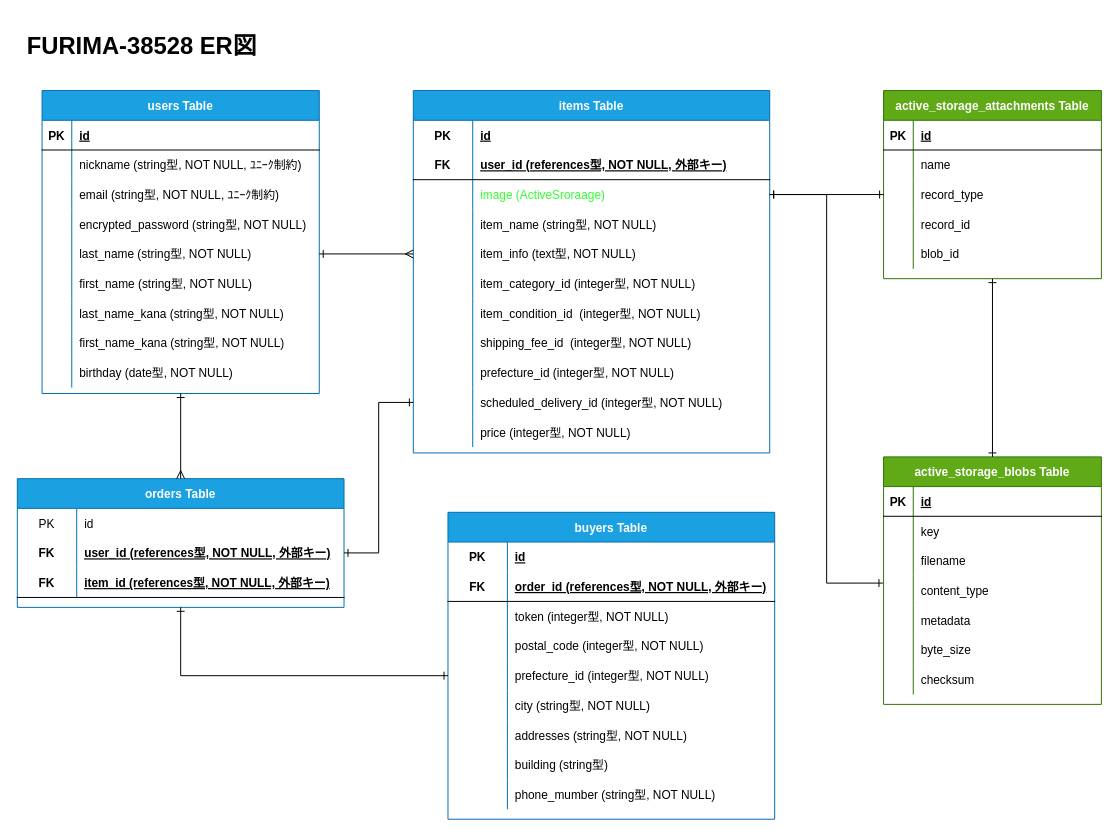
The draw.io diagram furima-38528-ER.dio in kumapachi/furima-38528, before the edit. Source tidied: cells renumbered, new cells numbered last; positions are measured from the earlier drawing's top-left corner, leaving out a move shared by most shapes. Both pictures are drawn from the tidied source at 99%, with x=0, y=0 at pixel (17, 27).
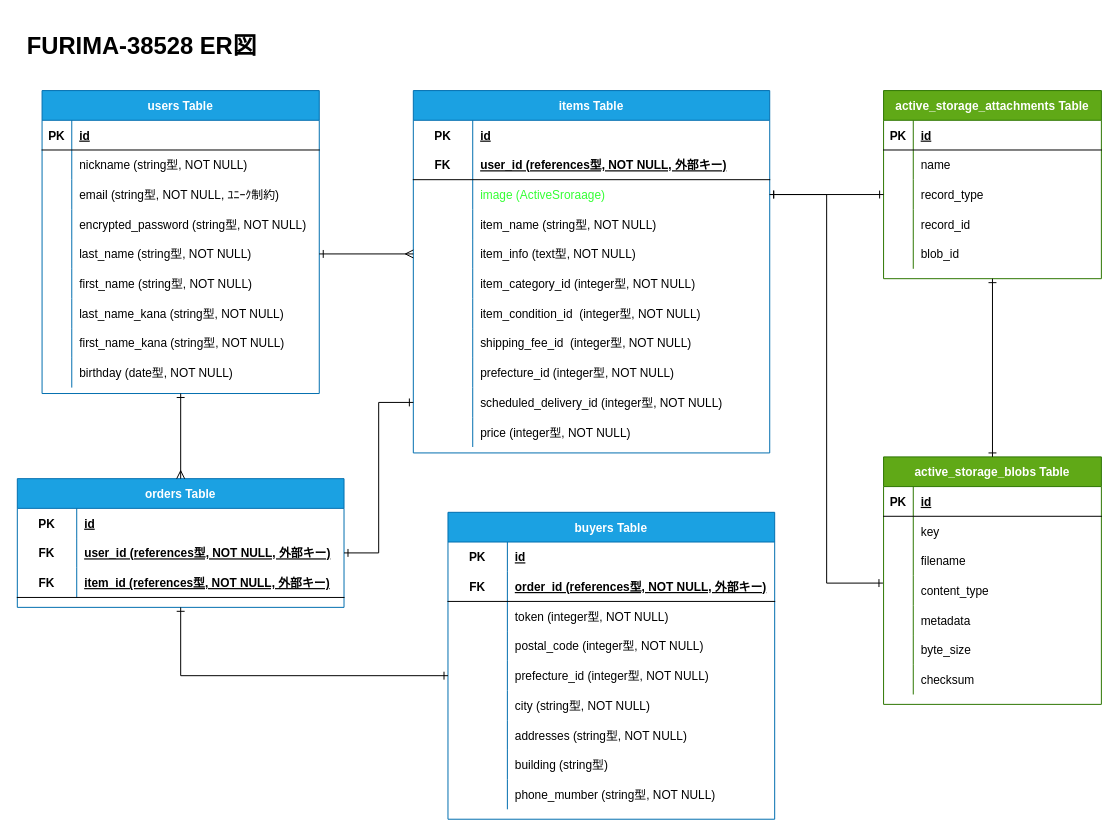
The same diagram, later.

Commit message (it also covers changes not shown here):
プルリクエスト #13のレビュー内容修正

The change refers to these unchanged cells:
```xml
<mxCell id="6" style="shape=partialRectangle;fillColor=none;top=0;left=0;bottom=0;right=0;" parent="2" vertex="1">
  <mxGeometry y="60" width="280" height="30" as="geometry" />
</mxCell>
<mxCell id="65" style="shape=partialRectangle;fillColor=none;top=0;left=0;bottom=0;right=0;" parent="64" vertex="1">
  <mxGeometry y="30" width="330" height="30" as="geometry" />
</mxCell>
```

Diff of the diagram source:
```diff
@@
-<mxGraphModel>
+<mxGraphModel background="#ffffff">
@@
-    <mxCell id="8" value="nickname (string型, NOT NULL, ﾕﾆｰｸ制約)" style="shape=partialRectangle;fillColor=none;top=0;left=0;bottom=0;right=0;align=left;spacingLeft=6;overflow=hidden;" parent="6" vertex="1">
+    <mxCell id="8" value="nickname (string型, NOT NULL)" style="shape=partialRectangle;fillColor=none;top=0;left=0;bottom=0;right=0;align=left;spacingLeft=6;overflow=hidden;" parent="6" vertex="1">
       <mxGeometry x="30" width="250" height="30" as="geometry" />
     </mxCell>
@@
-    <mxCell id="66" value="PK" style="shape=partialRectangle;fillColor=none;top=0;left=0;bottom=0;right=0;fontStyle=0;overflow=hidden;" parent="65" vertex="1">
+    <mxCell id="66" value="PK" style="shape=partialRectangle;fillColor=none;top=0;left=0;bottom=0;right=0;fontStyle=1;overflow=hidden;" parent="65" vertex="1">
       <mxGeometry width="60" height="30" as="geometry" />
     </mxCell>
-    <mxCell id="67" value="id" style="shape=partialRectangle;fillColor=none;top=0;left=0;bottom=0;right=0;align=left;spacingLeft=6;fontStyle=0;overflow=hidden;" parent="65" vertex="1">
+    <mxCell id="67" value="id" style="shape=partialRectangle;fillColor=none;top=0;left=0;bottom=0;right=0;align=left;spacingLeft=6;fontStyle=5;overflow=hidden;" parent="65" vertex="1">
       <mxGeometry x="60" width="270" height="30" as="geometry" />
     </mxCell>
```
